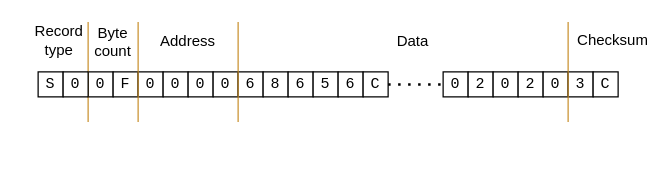
Above: docs/diagrams/srec.drawio in silhavyj/ZeroMate (draw.io), before the change. Source tidied: cells renumbered, new cells numbered last; positions are measured from the earlier drawing's top-left corner, leaving out a move shared by most shapes. Both pictures are drawn from the tidied source at 125%, with x=0, y=0 at pixel (21, 21).
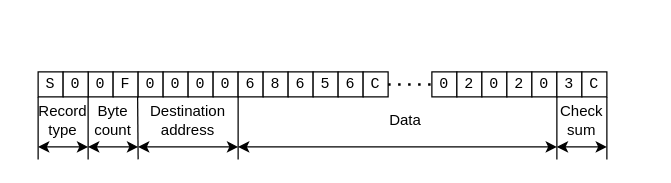
Above is the later version.

Unchanged cells that the change refers to:
```xml
<mxCell id="2" value="S" style="rounded=0;whiteSpace=wrap;html=1;fontFamily=Courier New;" parent="1" vertex="1">
  <mxGeometry x="13" y="40" width="20" height="20" as="geometry" />
</mxCell>
<mxCell id="14" value="C" style="rounded=0;whiteSpace=wrap;html=1;fontFamily=Courier New;" parent="1" vertex="1">
  <mxGeometry x="273" y="40" width="20" height="20" as="geometry" />
</mxCell>
```

Change to the diagram source:
```diff
@@
     <mxCell id="15" value="0" style="rounded=0;whiteSpace=wrap;html=1;fontFamily=Courier New;" parent="1" vertex="1">
-      <mxGeometry x="337" y="40" width="20" height="20" as="geometry" />
+      <mxGeometry x="328" y="40" width="20" height="20" as="geometry" />
     </mxCell>
     <mxCell id="16" value="2" style="rounded=0;whiteSpace=wrap;html=1;fontFamily=Courier New;" parent="1" vertex="1">
-      <mxGeometry x="357" y="40" width="20" height="20" as="geometry" />
+      <mxGeometry x="348" y="40" width="20" height="20" as="geometry" />
     </mxCell>
     <mxCell id="17" value="0" style="rounded=0;whiteSpace=wrap;html=1;fontFamily=Courier New;" parent="1" vertex="1">
-      <mxGeometry x="377" y="40" width="20" height="20" as="geometry" />
+      <mxGeometry x="368" y="40" width="20" height="20" as="geometry" />
     </mxCell>
     <mxCell id="18" value="2" style="rounded=0;whiteSpace=wrap;html=1;fontFamily=Courier New;" parent="1" vertex="1">
-      <mxGeometry x="397" y="40" width="20" height="20" as="geometry" />
+      <mxGeometry x="388" y="40" width="20" height="20" as="geometry" />
     </mxCell>
     <mxCell id="19" value="0" style="rounded=0;whiteSpace=wrap;html=1;fontFamily=Courier New;" parent="1" vertex="1">
-      <mxGeometry x="417" y="40" width="20" height="20" as="geometry" />
+      <mxGeometry x="408" y="40" width="20" height="20" as="geometry" />
     </mxCell>
     <mxCell id="20" value="3" style="rounded=0;whiteSpace=wrap;html=1;fontFamily=Courier New;" parent="1" vertex="1">
-      <mxGeometry x="437" y="40" width="20" height="20" as="geometry" />
+      <mxGeometry x="428" y="40" width="20" height="20" as="geometry" />
     </mxCell>
     <mxCell id="21" value="C" style="rounded=0;whiteSpace=wrap;html=1;fontFamily=Courier New;" parent="1" vertex="1">
-      <mxGeometry x="457" y="40" width="20" height="20" as="geometry" />
+      <mxGeometry x="448" y="40" width="20" height="20" as="geometry" />
     </mxCell>
-    <mxCell id="22" style="endArrow=none;dashed=1;html=1;dashPattern=1 3;strokeWidth=2;rounded=0;entryX=0;entryY=0.5;entryDx=0;entryDy=0;exitX=1;exitY=0.5;exitDx=0;exitDy=0;fontFamily=Courier New;" parent="1" edge="1" source="14" target="15">
+    <mxCell id="22" style="endArrow=none;dashed=1;html=1;dashPattern=1 3;strokeWidth=2;rounded=0;exitX=1;exitY=0.5;exitDx=0;exitDy=0;fontFamily=Courier New;entryX=0;entryY=0.5;entryDx=0;entryDy=0;" parent="1" edge="1" source="14" target="15">
       <mxGeometry relative="1" as="geometry" />
     </mxCell>
     <mxCell id="23" value="Record type" style="text;html=1;strokeColor=none;fillColor=none;align=center;verticalAlign=middle;whiteSpace=wrap;rounded=0;fontFamily=Computer Modern;" parent="1" vertex="1">
-      <mxGeometry width="60" height="30" as="geometry" />
+      <mxGeometry x="3" y="64" width="60" height="30" as="geometry" />
     </mxCell>
     <mxCell id="24" value="Byte &lt;br&gt;count" style="text;html=1;strokeColor=none;fillColor=none;align=center;verticalAlign=middle;whiteSpace=wrap;rounded=0;fontFamily=Computer Modern;" parent="1" vertex="1">
-      <mxGeometry x="43" y="1" width="60" height="30" as="geometry" />
+      <mxGeometry x="43" y="64" width="60" height="30" as="geometry" />
     </mxCell>
-    <mxCell id="25" value="Address" style="text;html=1;strokeColor=none;fillColor=none;align=center;verticalAlign=middle;whiteSpace=wrap;rounded=0;fontFamily=Computer Modern;" parent="1" vertex="1">
-      <mxGeometry x="103" y="1" width="60" height="30" as="geometry" />
+    <mxCell id="25" value="Destination&lt;br&gt;address" style="text;html=1;strokeColor=none;fillColor=none;align=center;verticalAlign=middle;whiteSpace=wrap;rounded=0;fontFamily=Computer Modern;" parent="1" vertex="1">
+      <mxGeometry x="103" y="64" width="60" height="30" as="geometry" />
     </mxCell>
     <mxCell id="26" value="Data" style="text;html=1;strokeColor=none;fillColor=none;align=center;verticalAlign=middle;whiteSpace=wrap;rounded=0;fontFamily=Computer Modern;" parent="1" vertex="1">
-      <mxGeometry x="283" y="1" width="60" height="30" as="geometry" />
+      <mxGeometry x="277" y="64" width="60" height="30" as="geometry" />
     </mxCell>
-    <mxCell id="27" value="Checksum" style="text;html=1;strokeColor=none;fillColor=none;align=center;verticalAlign=middle;whiteSpace=wrap;rounded=0;fontFamily=Computer Modern;" parent="1" vertex="1">
-      <mxGeometry x="443" width="60" height="30" as="geometry" />
+    <mxCell id="27" value="Check&lt;br&gt;sum" style="text;html=1;strokeColor=none;fillColor=none;align=center;verticalAlign=middle;whiteSpace=wrap;rounded=0;fontFamily=Computer Modern;" parent="1" vertex="1">
+      <mxGeometry x="423" y="64" width="50" height="30" as="geometry" />
     </mxCell>
-    <mxCell id="28" style="endArrow=none;html=1;rounded=0;strokeColor=#CA9230;" parent="1" edge="1">
-      <mxGeometry relative="1" as="geometry">
-        <mxPoint x="53" y="80" as="sourcePoint" />
-        <mxPoint x="53" as="targetPoint" />
-      </mxGeometry>
-    </mxCell>
@@
-    <mxCell id="30" style="endArrow=none;html=1;rounded=0;strokeColor=#CA9230;" parent="1" edge="1">
-      <mxGeometry relative="1" as="geometry">
-        <mxPoint x="93" y="80" as="sourcePoint" />
-        <mxPoint x="93" as="targetPoint" />
-      </mxGeometry>
-    </mxCell>
-    <mxCell id="31" style="endArrow=none;html=1;rounded=0;strokeColor=#CA9230;" parent="1" edge="1">
-      <mxGeometry relative="1" as="geometry">
-        <mxPoint x="173" y="80" as="sourcePoint" />
-        <mxPoint x="173" as="targetPoint" />
-      </mxGeometry>
-    </mxCell>
-    <mxCell id="32" style="endArrow=none;html=1;rounded=0;strokeColor=#CA9230;" parent="1" edge="1">
-      <mxGeometry relative="1" as="geometry">
-        <mxPoint x="437" y="80" as="sourcePoint" />
-        <mxPoint x="437" as="targetPoint" />
-      </mxGeometry>
-    </mxCell>
+    <mxCell id="33" style="endArrow=none;html=1;rounded=0;entryX=0;entryY=1;entryDx=0;entryDy=0;" parent="1" edge="1" target="2">
+      <mxGeometry relative="1" as="geometry">
+        <mxPoint x="13" y="110" as="sourcePoint" />
+      </mxGeometry>
+    </mxCell>
+    <mxCell id="34" style="endArrow=none;html=1;rounded=0;entryX=0;entryY=1;entryDx=0;entryDy=0;" parent="1" edge="1">
+      <mxGeometry relative="1" as="geometry">
+        <mxPoint x="53" y="110" as="sourcePoint" />
+        <mxPoint x="53" y="60" as="targetPoint" />
+      </mxGeometry>
+    </mxCell>
+    <mxCell id="35" style="endArrow=none;html=1;rounded=0;entryX=0;entryY=1;entryDx=0;entryDy=0;" parent="1" edge="1">
+      <mxGeometry relative="1" as="geometry">
+        <mxPoint x="93" y="110" as="sourcePoint" />
+        <mxPoint x="92.6" y="60" as="targetPoint" />
+      </mxGeometry>
+    </mxCell>
+    <mxCell id="36" style="endArrow=none;html=1;rounded=0;entryX=0;entryY=1;entryDx=0;entryDy=0;" parent="1" edge="1">
+      <mxGeometry relative="1" as="geometry">
+        <mxPoint x="173" y="110" as="sourcePoint" />
+        <mxPoint x="173" y="60" as="targetPoint" />
+      </mxGeometry>
+    </mxCell>
+    <mxCell id="37" style="endArrow=none;html=1;rounded=0;entryX=0;entryY=1;entryDx=0;entryDy=0;" parent="1" edge="1" target="20">
+      <mxGeometry relative="1" as="geometry">
+        <mxPoint x="428" y="110" as="sourcePoint" />
+      </mxGeometry>
+    </mxCell>
+    <mxCell id="38" style="endArrow=classic;startArrow=classic;html=1;rounded=0;" parent="1" edge="1">
+      <mxGeometry relative="1" as="geometry">
+        <mxPoint x="13" y="100" as="sourcePoint" />
+        <mxPoint x="53" y="100" as="targetPoint" />
+      </mxGeometry>
+    </mxCell>
+    <mxCell id="39" style="endArrow=classic;startArrow=classic;html=1;rounded=0;" parent="1" edge="1">
+      <mxGeometry relative="1" as="geometry">
+        <mxPoint x="53" y="100" as="sourcePoint" />
+        <mxPoint x="93" y="100" as="targetPoint" />
+      </mxGeometry>
+    </mxCell>
+    <mxCell id="40" style="endArrow=classic;startArrow=classic;html=1;rounded=0;" parent="1" edge="1">
+      <mxGeometry relative="1" as="geometry">
+        <mxPoint x="93" y="100" as="sourcePoint" />
+        <mxPoint x="173" y="100" as="targetPoint" />
+      </mxGeometry>
+    </mxCell>
+    <mxCell id="41" style="endArrow=classic;startArrow=classic;html=1;rounded=0;" parent="1" edge="1">
+      <mxGeometry relative="1" as="geometry">
+        <mxPoint x="173" y="100" as="sourcePoint" />
+        <mxPoint x="428" y="100" as="targetPoint" />
+      </mxGeometry>
+    </mxCell>
+    <mxCell id="42" style="endArrow=none;html=1;rounded=0;entryX=1;entryY=1;entryDx=0;entryDy=0;" parent="1" edge="1" target="21">
+      <mxGeometry relative="1" as="geometry">
+        <mxPoint x="468" y="110" as="sourcePoint" />
+      </mxGeometry>
+    </mxCell>
+    <mxCell id="43" style="endArrow=classic;startArrow=classic;html=1;rounded=0;" parent="1" edge="1">
+      <mxGeometry relative="1" as="geometry">
+        <mxPoint x="428" y="100" as="sourcePoint" />
+        <mxPoint x="468" y="100" as="targetPoint" />
+      </mxGeometry>
+    </mxCell>
```
